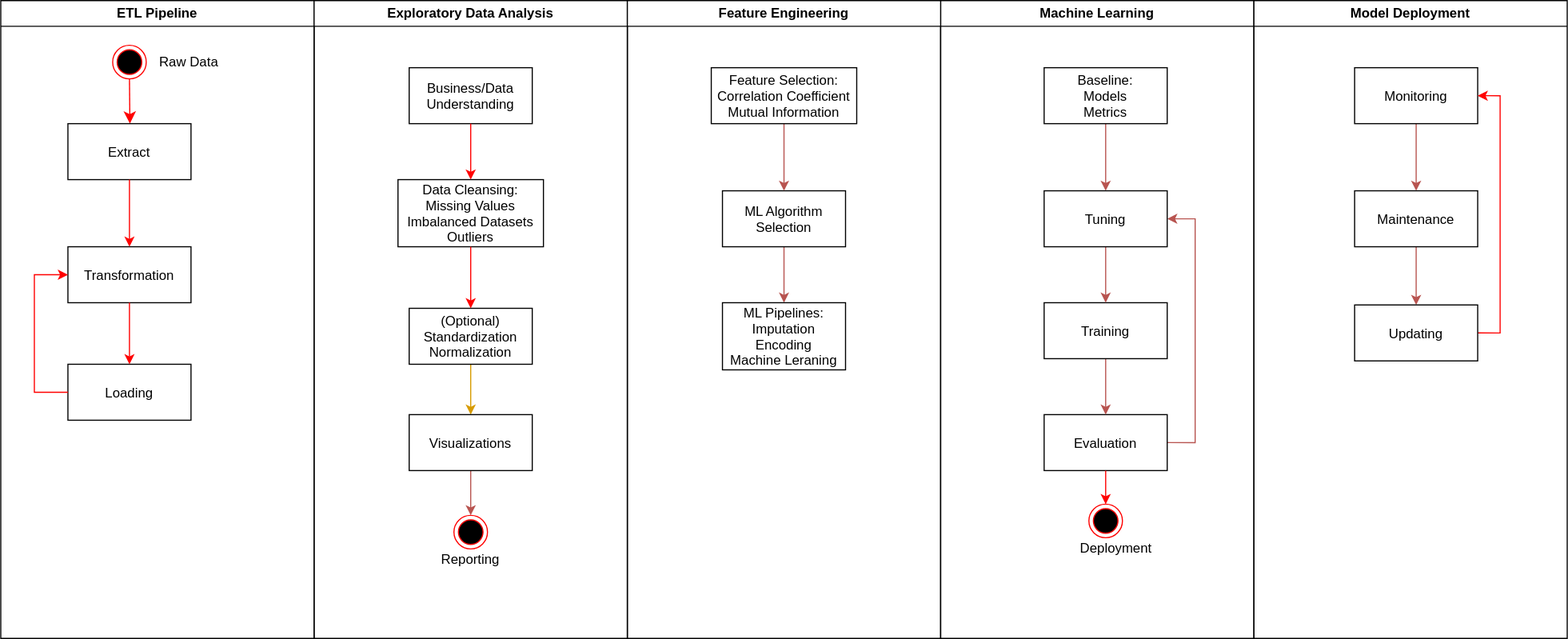
Above: general_machine_learning.svg in ZacksAmber/Flowcharts (draw.io), before the change. Source tidied: cells renumbered, new cells last; positions are measured from the earlier drawing's top-left corner, leaving out a move shared by most shapes.
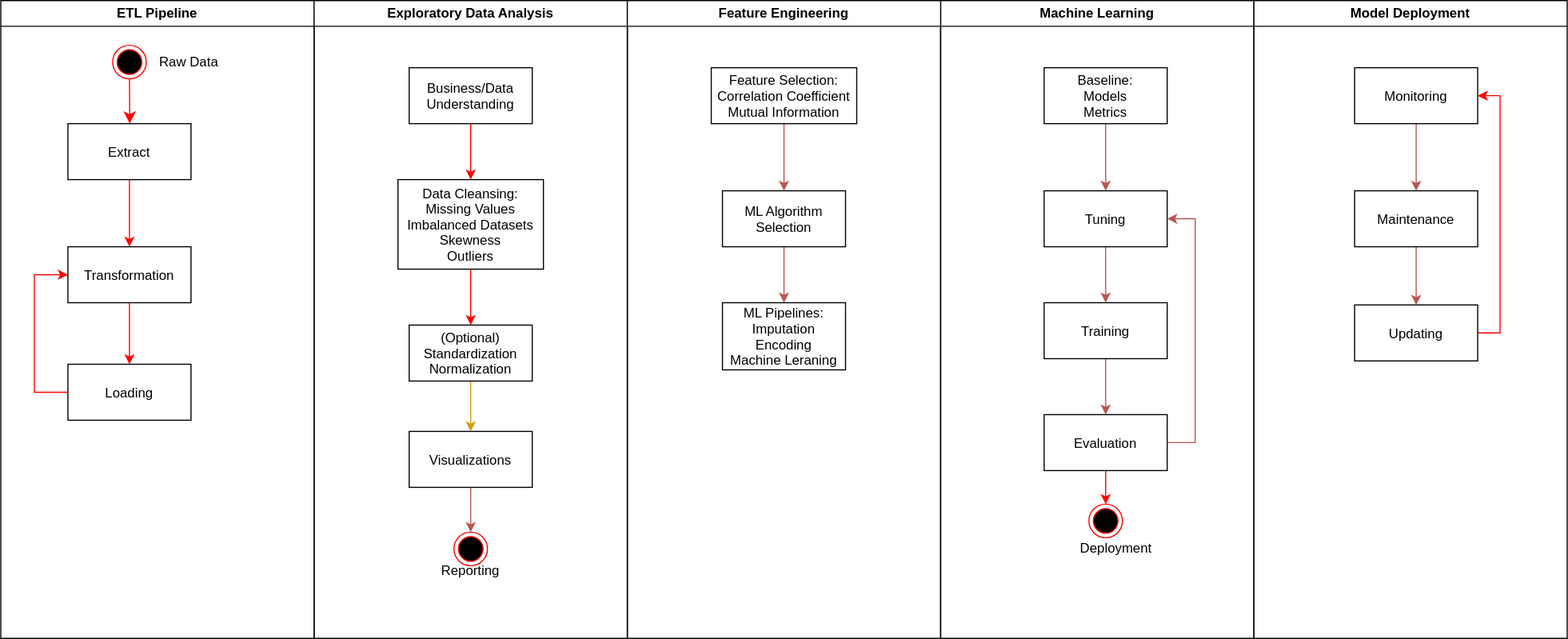
The same file after the commit.

What changed in the source:
```diff
@@ -44,8 +44,8 @@
     <mxCell id="13" value="Business/Data&#10;Understanding" parent="12" vertex="1">
       <mxGeometry x="85" y="60" width="110" height="50" as="geometry" />
     </mxCell>
-    <mxCell id="14" value="Data Cleansing:&#10;Missing Values&#10;Imbalanced Datasets&#10;Outliers" style="align=center;" parent="12" vertex="1">
-      <mxGeometry x="75" y="160" width="130" height="60" as="geometry" />
+    <mxCell id="14" value="Data Cleansing:&#10;Missing Values&#10;Imbalanced Datasets&#10;Skewness&#10;Outliers" style="align=center;" parent="12" vertex="1">
+      <mxGeometry x="75" y="160" width="130" height="80" as="geometry" />
     </mxCell>
     <mxCell id="15" style="endArrow=classic;strokeColor=#FF0000;endFill=1;rounded=0;edgeStyle=orthogonalEdgeStyle;" parent="12" edge="1" source="13" target="14">
       <mxGeometry relative="1" as="geometry" />
@@ -54,7 +54,7 @@
       <mxGeometry relative="1" as="geometry" />
     </mxCell>
     <mxCell id="17" value="(Optional)&#10;Standardization&#10;Normalization" parent="12" vertex="1">
-      <mxGeometry x="85" y="275" width="110" height="50" as="geometry" />
+      <mxGeometry x="85" y="290" width="110" height="50" as="geometry" />
     </mxCell>
     <mxCell id="18" style="endArrow=classic;strokeColor=#FF0000;endFill=1;rounded=0;edgeStyle=orthogonalEdgeStyle;" parent="12" edge="1" source="14" target="17">
       <mxGeometry relative="1" as="geometry" />
@@ -62,19 +62,17 @@
     <mxCell id="19" value="&lt;div style=&quot;text-align: left&quot;&gt;&lt;br&gt;&lt;/div&gt;" style="text;html=1;align=center;verticalAlign=middle;fillColor=none;strokeColor=none;rounded=0;" parent="12" vertex="1">
       <mxGeometry x="182" y="230" width="20" height="30" as="geometry" />
     </mxCell>
-    <mxCell id="20" style="edgeStyle=orthogonalEdgeStyle;rounded=0;jettySize=auto;html=1;fillColor=#f8cecc;strokeColor=#b85450;" parent="12" edge="1" source="21">
-      <mxGeometry relative="1" as="geometry">
-        <mxPoint x="140" y="460" as="targetPoint" />
-      </mxGeometry>
+    <mxCell id="20" style="edgeStyle=orthogonalEdgeStyle;rounded=0;jettySize=auto;html=1;fillColor=#f8cecc;strokeColor=#b85450;entryX=0.5;entryY=0;entryDx=0;entryDy=0;" parent="12" edge="1" source="21" target="23">
+      <mxGeometry relative="1" as="geometry" />
     </mxCell>
     <mxCell id="21" value="Visualizations" parent="12" vertex="1">
-      <mxGeometry x="85" y="370" width="110" height="50" as="geometry" />
+      <mxGeometry x="85" y="385" width="110" height="50" as="geometry" />
     </mxCell>
     <mxCell id="22" value="Reporting" style="text;html=1;align=left;verticalAlign=middle;fillColor=none;strokeColor=none;rounded=0;" parent="12" vertex="1">
-      <mxGeometry x="112" y="490" width="70" height="20" as="geometry" />
+      <mxGeometry x="112" y="500" width="70" height="20" as="geometry" />
     </mxCell>
     <mxCell id="23" style="ellipse;shape=endState;fillColor=#000000;strokeColor=#ff0000;" parent="12" vertex="1">
-      <mxGeometry x="125" y="460" width="30" height="30" as="geometry" />
+      <mxGeometry x="125" y="475" width="30" height="30" as="geometry" />
     </mxCell>
     <mxCell id="24" value="Machine Learning" style="swimlane;whiteSpace=wrap;" parent="1" vertex="1">
       <mxGeometry x="840" width="280" height="570" as="geometry" />
```
